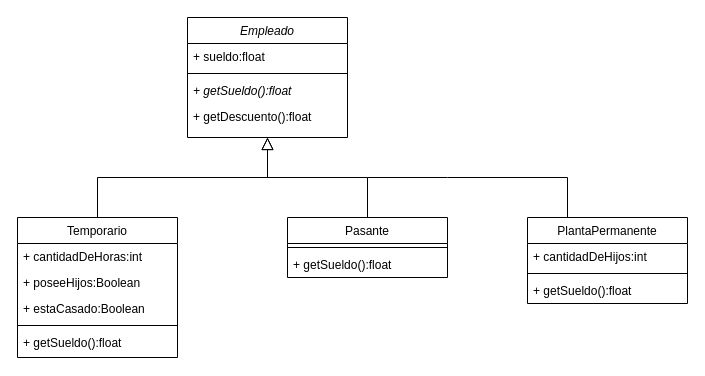
This is unq-po2-TemplateMethod-sueldosRecargados.drawio from nhubczyk/Diagramas-UML, a draw.io file, before an edit. Source tidied: cells renumbered, new cells numbered last; positions are measured from the earlier drawing's top-left corner, leaving out a move shared by most shapes. Both pictures are drawn from the tidied source at 100%, with x=0, y=0 at pixel (17, 17).
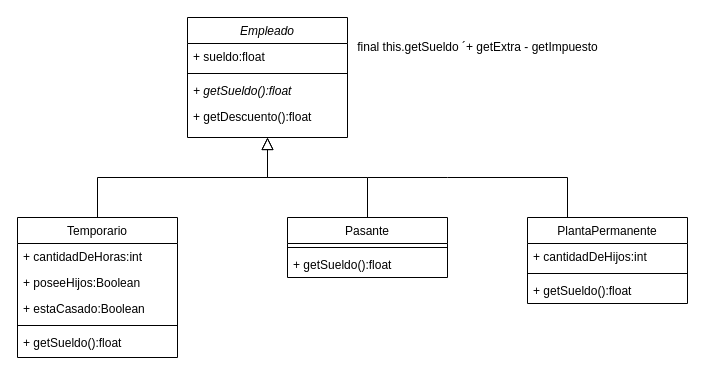
The same page after the edit.

What changed in the source:
```diff
@@
+    <mxCell id="23" value="final this.getSueldo ´+ getExtra - getImpuesto" style="text;html=1;align=center;verticalAlign=middle;strokeColor=none;fillColor=none;" parent="1" vertex="1">
+      <mxGeometry x="330" y="15" width="260" height="30" as="geometry" />
+    </mxCell>
```
